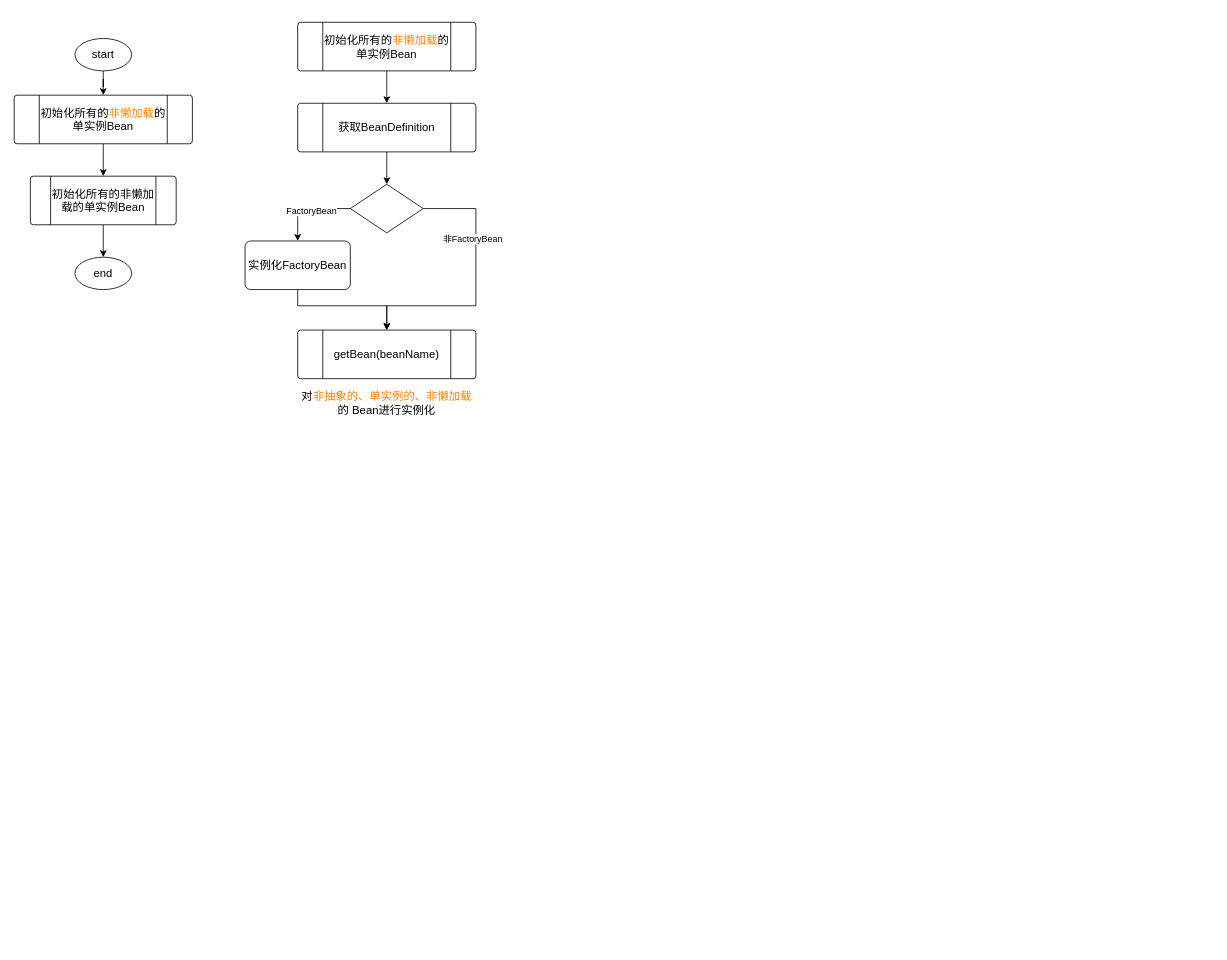
Before: AdvancedProgramming/spring/spring注解/diagrams/初始化剩下的单实例bean.drawio in wanglei949758173/study, a draw.io diagram. Source tidied: cells renumbered, new cells numbered last; positions are measured from the earlier drawing's top-left corner, leaving out a move shared by most shapes. Both pictures are drawn from the tidied source at 81%, with x=0, y=0 at pixel (14, 22).
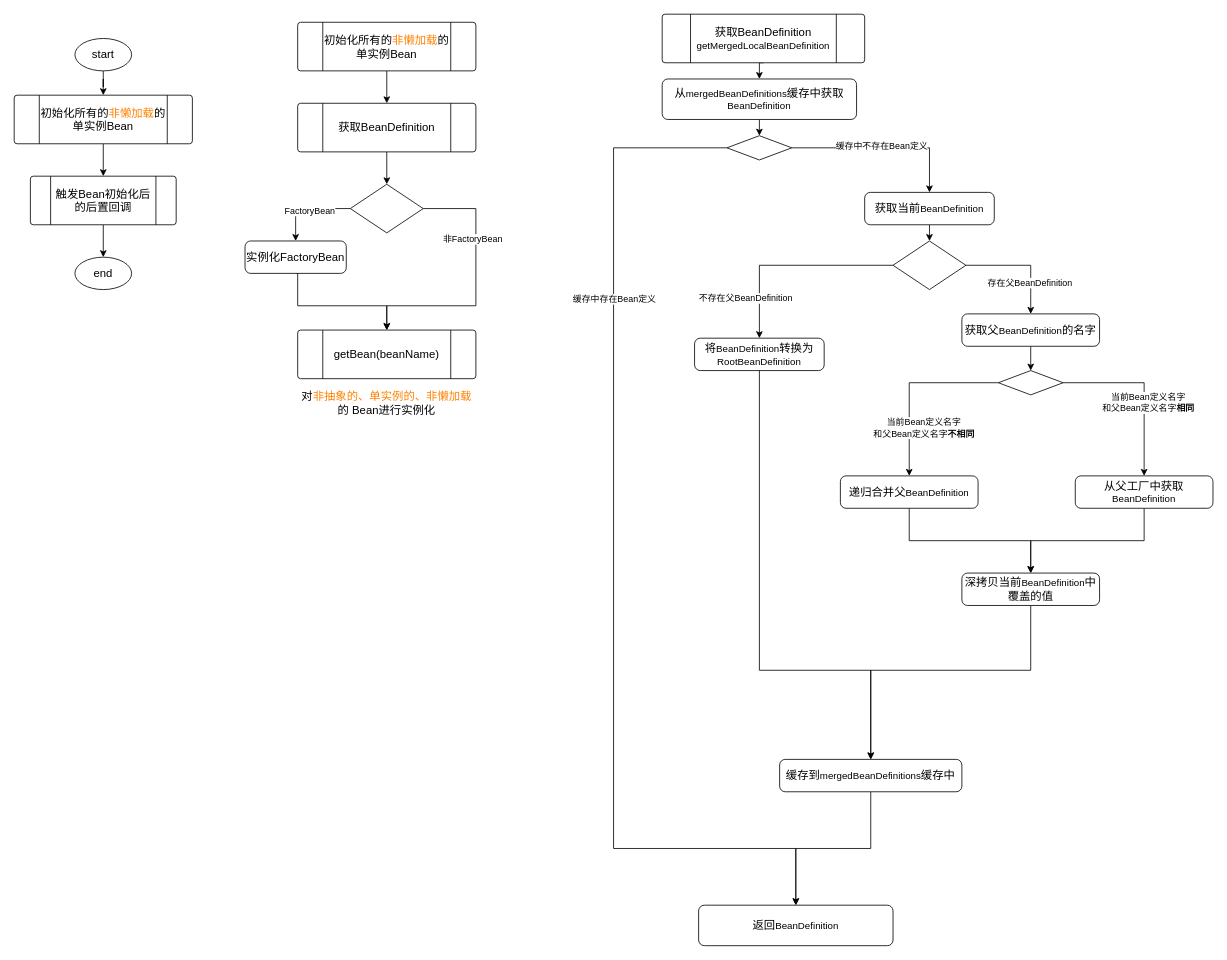
Above is the later version.

The edit, as a diff of the source:
```diff
@@
-    <mxCell id="7" value="&lt;font style=&quot;font-size: 14px&quot;&gt;初始化所有的非懒加载的单实例Bean&lt;/font&gt;" style="verticalLabelPosition=middle;verticalAlign=middle;shape=process;whiteSpace=wrap;rounded=1;size=0.14;arcSize=6;html=1;labelPosition=center;align=center;" parent="1" vertex="1">
+    <mxCell id="7" value="&lt;font style=&quot;font-size: 14px&quot;&gt;触发Bean初始化后的后置回调&lt;/font&gt;" style="verticalLabelPosition=middle;verticalAlign=middle;shape=process;whiteSpace=wrap;rounded=1;size=0.14;arcSize=6;html=1;labelPosition=center;align=center;" parent="1" vertex="1">
       <mxGeometry x="20" y="190" width="180" height="60" as="geometry" />
     </mxCell>
@@
     <mxCell id="21" value="&lt;font style=&quot;font-size: 14px&quot;&gt;实例化FactoryBean&lt;/font&gt;" style="rounded=1;whiteSpace=wrap;html=1;absoluteArcSize=1;arcSize=14;strokeWidth=1;" parent="1" vertex="1">
-      <mxGeometry x="285" y="270" width="130" height="60" as="geometry" />
+      <mxGeometry x="285" y="270" width="125" height="40" as="geometry" />
     </mxCell>
+    <mxCell id="22" style="edgeStyle=orthogonalEdgeStyle;rounded=0;jettySize=auto;html=1;exitX=0.5;exitY=1;exitDx=0;exitDy=0;entryX=0.5;entryY=0;entryDx=0;entryDy=0;" parent="1" edge="1" source="23" target="25">
+      <mxGeometry relative="1" as="geometry" />
+    </mxCell>
+    <mxCell id="23" value="&lt;span style=&quot;font-size: 14px&quot;&gt;获取BeanDefinition&lt;/span&gt;&lt;br&gt;&lt;font style=&quot;font-size: 12px&quot;&gt;getMergedLocalBeanDefinition&lt;/font&gt;" style="verticalLabelPosition=middle;verticalAlign=middle;shape=process;whiteSpace=wrap;rounded=1;size=0.14;arcSize=6;html=1;labelPosition=center;align=center;" parent="1" vertex="1">
+      <mxGeometry x="800" y="-10" width="250" height="60" as="geometry" />
+    </mxCell>
+    <mxCell id="24" style="edgeStyle=orthogonalEdgeStyle;rounded=0;jettySize=auto;html=1;exitX=0.5;exitY=1;exitDx=0;exitDy=0;entryX=0.5;entryY=0;entryDx=0;entryDy=0;entryPerimeter=0;" parent="1" edge="1" source="25" target="29">
+      <mxGeometry relative="1" as="geometry" />
+    </mxCell>
+    <mxCell id="25" value="&lt;font style=&quot;font-size: 14px&quot;&gt;从&lt;/font&gt;mergedBeanDefinitions&lt;font style=&quot;font-size: 14px&quot;&gt;缓存中获取&lt;/font&gt;&lt;font style=&quot;font-size: 12px&quot;&gt;BeanDefinition&lt;/font&gt;" style="rounded=1;whiteSpace=wrap;html=1;absoluteArcSize=1;arcSize=14;strokeWidth=1;" parent="1" vertex="1">
+      <mxGeometry x="800" y="70" width="240" height="50" as="geometry" />
+    </mxCell>
+    <mxCell id="26" style="edgeStyle=orthogonalEdgeStyle;rounded=0;jettySize=auto;html=1;exitX=0;exitY=0.5;exitDx=0;exitDy=0;exitPerimeter=0;entryX=0.5;entryY=0;entryDx=0;entryDy=0;" parent="1" edge="1" source="29" target="30">
+      <mxGeometry relative="1" as="geometry">
+        <Array as="points">
+          <mxPoint x="740" y="155" />
+          <mxPoint x="740" y="1020" />
+          <mxPoint x="965" y="1020" />
+        </Array>
+      </mxGeometry>
+    </mxCell>
+    <mxCell id="27" value="缓存中存在Bean定义" style="edgeLabel;html=1;align=center;verticalAlign=middle;" parent="26" vertex="1">
+      <mxGeometry x="-0.61" y="30" relative="1" as="geometry">
+        <mxPoint x="-30" y="72" as="offset" />
+      </mxGeometry>
+    </mxCell>
+    <mxCell id="28" style="edgeStyle=orthogonalEdgeStyle;rounded=0;jettySize=auto;html=1;exitX=1;exitY=0.5;exitDx=0;exitDy=0;exitPerimeter=0;" parent="1" edge="1" source="29" target="32">
+      <mxGeometry relative="1" as="geometry" />
+    </mxCell>
+    <mxCell id="29" style="strokeWidth=1;html=1;shape=mxgraph.flowchart.decision;whiteSpace=wrap;" parent="1" vertex="1">
+      <mxGeometry x="880" y="140" width="80" height="30" as="geometry" />
+    </mxCell>
+    <mxCell id="30" value="&lt;span style=&quot;font-size: 14px&quot;&gt;返回&lt;/span&gt;BeanDefinition" style="rounded=1;whiteSpace=wrap;html=1;absoluteArcSize=1;arcSize=14;strokeWidth=1;" parent="1" vertex="1">
+      <mxGeometry x="845" y="1090" width="240" height="50" as="geometry" />
+    </mxCell>
+    <mxCell id="31" style="edgeStyle=orthogonalEdgeStyle;rounded=0;jettySize=auto;html=1;exitX=0.5;exitY=1;exitDx=0;exitDy=0;entryX=0.5;entryY=0;entryDx=0;entryDy=0;entryPerimeter=0;" parent="1" edge="1" source="32" target="36">
+      <mxGeometry relative="1" as="geometry" />
+    </mxCell>
+    <mxCell id="32" value="&lt;span style=&quot;font-size: 14px&quot;&gt;获取当前&lt;/span&gt;BeanDefinition" style="rounded=1;whiteSpace=wrap;html=1;absoluteArcSize=1;arcSize=14;strokeWidth=1;" parent="1" vertex="1">
+      <mxGeometry x="1050" y="210" width="160" height="40" as="geometry" />
+    </mxCell>
+    <mxCell id="33" style="edgeStyle=orthogonalEdgeStyle;rounded=0;jettySize=auto;html=1;exitX=0;exitY=0.5;exitDx=0;exitDy=0;exitPerimeter=0;" parent="1" edge="1" source="36" target="38">
+      <mxGeometry relative="1" as="geometry" />
+    </mxCell>
+    <mxCell id="34" value="不存在父BeanDefinition" style="edgeLabel;html=1;align=center;verticalAlign=middle;" parent="33" vertex="1">
+      <mxGeometry x="-0.06" y="-1" relative="1" as="geometry">
+        <mxPoint x="-63" y="41" as="offset" />
+      </mxGeometry>
+    </mxCell>
+    <mxCell id="35" style="edgeStyle=orthogonalEdgeStyle;rounded=0;jettySize=auto;html=1;exitX=1;exitY=0.5;exitDx=0;exitDy=0;exitPerimeter=0;" parent="1" edge="1" source="36" target="40">
+      <mxGeometry relative="1" as="geometry" />
+    </mxCell>
+    <mxCell id="36" style="strokeWidth=1;html=1;shape=mxgraph.flowchart.decision;whiteSpace=wrap;" parent="1" vertex="1">
+      <mxGeometry x="1085" y="270" width="90" height="60" as="geometry" />
+    </mxCell>
+    <mxCell id="37" style="edgeStyle=orthogonalEdgeStyle;rounded=0;jettySize=auto;html=1;entryX=0.5;entryY=0;entryDx=0;entryDy=0;exitX=0.5;exitY=1;exitDx=0;exitDy=0;" parent="1" edge="1" source="38" target="53">
+      <mxGeometry relative="1" as="geometry">
+        <Array as="points">
+          <mxPoint x="920" y="800" />
+          <mxPoint x="1058" y="800" />
+        </Array>
+      </mxGeometry>
+    </mxCell>
+    <mxCell id="38" value="&lt;span style=&quot;font-size: 14px&quot;&gt;将&lt;/span&gt;BeanDefinition&lt;font style=&quot;font-size: 14px&quot;&gt;转换为&lt;/font&gt;RootBeanDefinition" style="rounded=1;whiteSpace=wrap;html=1;absoluteArcSize=1;arcSize=14;strokeWidth=1;" parent="1" vertex="1">
+      <mxGeometry x="840" y="390" width="160" height="40" as="geometry" />
+    </mxCell>
+    <mxCell id="39" style="edgeStyle=orthogonalEdgeStyle;rounded=0;jettySize=auto;html=1;exitX=0.5;exitY=1;exitDx=0;exitDy=0;entryX=0.5;entryY=0;entryDx=0;entryDy=0;entryPerimeter=0;" parent="1" edge="1" source="40" target="45">
+      <mxGeometry relative="1" as="geometry" />
+    </mxCell>
+    <mxCell id="40" value="&lt;span style=&quot;font-size: 14px&quot;&gt;获取父&lt;/span&gt;BeanDefinition&lt;span style=&quot;font-size: 14px&quot;&gt;的名字&lt;/span&gt;" style="rounded=1;whiteSpace=wrap;html=1;absoluteArcSize=1;arcSize=14;strokeWidth=1;" parent="1" vertex="1">
+      <mxGeometry x="1170" y="360" width="170" height="40" as="geometry" />
+    </mxCell>
+    <mxCell id="41" style="edgeStyle=orthogonalEdgeStyle;rounded=0;jettySize=auto;html=1;exitX=0;exitY=0.5;exitDx=0;exitDy=0;exitPerimeter=0;" parent="1" edge="1" source="45" target="47">
+      <mxGeometry relative="1" as="geometry" />
+    </mxCell>
+    <mxCell id="42" value="当前Bean定义名字&lt;br&gt;和父Bean定义名字&lt;b&gt;不相同&lt;/b&gt;" style="edgeLabel;html=1;align=center;verticalAlign=middle;" parent="41" vertex="1">
+      <mxGeometry x="0.04" y="17" relative="1" as="geometry">
+        <mxPoint y="48" as="offset" />
+      </mxGeometry>
+    </mxCell>
+    <mxCell id="43" style="edgeStyle=orthogonalEdgeStyle;rounded=0;jettySize=auto;html=1;exitX=1;exitY=0.5;exitDx=0;exitDy=0;exitPerimeter=0;entryX=0.5;entryY=0;entryDx=0;entryDy=0;" parent="1" edge="1" source="45" target="49">
+      <mxGeometry relative="1" as="geometry" />
+    </mxCell>
+    <mxCell id="44" value="当前Bean定义名字&lt;br&gt;和父Bean定义名字&lt;b&gt;相同&lt;/b&gt;" style="edgeLabel;html=1;align=center;verticalAlign=middle;" parent="43" vertex="1">
+      <mxGeometry x="-0.04" y="-21" relative="1" as="geometry">
+        <mxPoint x="25" y="21" as="offset" />
+      </mxGeometry>
+    </mxCell>
+    <mxCell id="45" style="strokeWidth=1;html=1;shape=mxgraph.flowchart.decision;whiteSpace=wrap;" parent="1" vertex="1">
+      <mxGeometry x="1215" y="430" width="80" height="30" as="geometry" />
+    </mxCell>
+    <mxCell id="46" style="edgeStyle=orthogonalEdgeStyle;rounded=0;jettySize=auto;html=1;exitX=0.5;exitY=1;exitDx=0;exitDy=0;entryX=0.5;entryY=0;entryDx=0;entryDy=0;" parent="1" edge="1" source="47" target="51">
+      <mxGeometry relative="1" as="geometry" />
+    </mxCell>
+    <mxCell id="47" value="&lt;span style=&quot;font-size: 14px&quot;&gt;递归合并父&lt;/span&gt;BeanDefinition" style="rounded=1;whiteSpace=wrap;html=1;absoluteArcSize=1;arcSize=14;strokeWidth=1;" parent="1" vertex="1">
+      <mxGeometry x="1020" y="560" width="170" height="40" as="geometry" />
+    </mxCell>
+    <mxCell id="48" style="edgeStyle=orthogonalEdgeStyle;rounded=0;jettySize=auto;html=1;exitX=0.5;exitY=1;exitDx=0;exitDy=0;entryX=0.5;entryY=0;entryDx=0;entryDy=0;" parent="1" edge="1" source="49" target="51">
+      <mxGeometry relative="1" as="geometry" />
+    </mxCell>
+    <mxCell id="49" value="&lt;span style=&quot;font-size: 14px&quot;&gt;从父工厂中获取&lt;/span&gt;BeanDefinition" style="rounded=1;whiteSpace=wrap;html=1;absoluteArcSize=1;arcSize=14;strokeWidth=1;" parent="1" vertex="1">
+      <mxGeometry x="1310" y="560" width="170" height="40" as="geometry" />
+    </mxCell>
+    <mxCell id="50" style="edgeStyle=orthogonalEdgeStyle;rounded=0;jettySize=auto;html=1;exitX=0.5;exitY=1;exitDx=0;exitDy=0;entryX=0.5;entryY=0;entryDx=0;entryDy=0;" parent="1" edge="1" source="51" target="53">
+      <mxGeometry relative="1" as="geometry">
+        <Array as="points">
+          <mxPoint x="1255" y="800" />
+          <mxPoint x="1058" y="800" />
+        </Array>
+      </mxGeometry>
+    </mxCell>
+    <mxCell id="51" value="&lt;span style=&quot;font-size: 14px&quot;&gt;深拷贝当前&lt;/span&gt;BeanDefinition&lt;font style=&quot;font-size: 14px&quot;&gt;中覆盖的值&lt;/font&gt;" style="rounded=1;whiteSpace=wrap;html=1;absoluteArcSize=1;arcSize=14;strokeWidth=1;" parent="1" vertex="1">
+      <mxGeometry x="1170" y="680" width="170" height="40" as="geometry" />
+    </mxCell>
+    <mxCell id="52" style="edgeStyle=orthogonalEdgeStyle;rounded=0;jettySize=auto;html=1;exitX=0.5;exitY=1;exitDx=0;exitDy=0;entryX=0.5;entryY=0;entryDx=0;entryDy=0;" parent="1" edge="1" source="53" target="30">
+      <mxGeometry relative="1" as="geometry" />
+    </mxCell>
+    <mxCell id="53" value="&lt;span style=&quot;font-size: 14px&quot;&gt;缓存到&lt;/span&gt;mergedBeanDefinitions&lt;font style=&quot;font-size: 14px&quot;&gt;缓存中&lt;/font&gt;" style="rounded=1;whiteSpace=wrap;html=1;absoluteArcSize=1;arcSize=14;strokeWidth=1;" parent="1" vertex="1">
+      <mxGeometry x="945" y="910" width="225" height="40" as="geometry" />
+    </mxCell>
+    <mxCell id="54" value="存在父BeanDefinition" style="edgeLabel;html=1;align=center;verticalAlign=middle;" parent="1" vertex="1">
+      <mxGeometry x="1255" y="280" as="geometry">
+        <mxPoint x="-2" y="41" as="offset" />
+      </mxGeometry>
+    </mxCell>
+    <mxCell id="55" value="缓存中不存在Bean定义" style="edgeLabel;html=1;align=center;verticalAlign=middle;" parent="1" vertex="1">
+      <mxGeometry x="1100" y="80" as="geometry">
+        <mxPoint x="-30" y="72" as="offset" />
+      </mxGeometry>
+    </mxCell>
```
